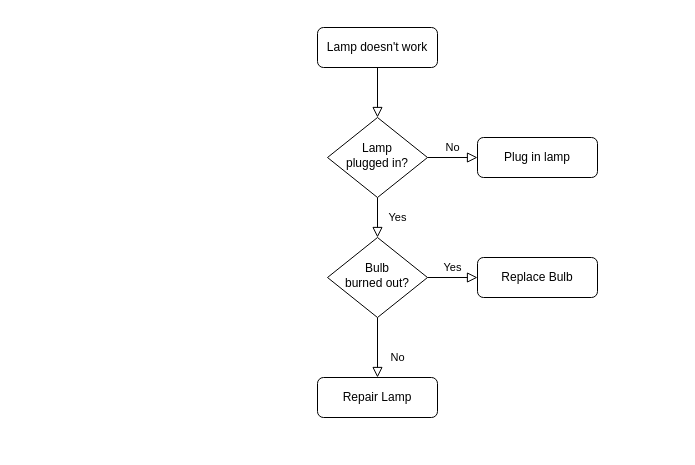
Earlier version of the draw.io diagram Untitled Diagram.drawio (AhmedHishamEGA/testing_github_extinstion). Source tidied: cells renumbered, new cells numbered last; positions are measured from the earlier drawing's top-left corner, leaving out a move shared by most shapes. Both pictures are drawn from the tidied source at 100%, with x=0, y=0 at pixel (317, 27).
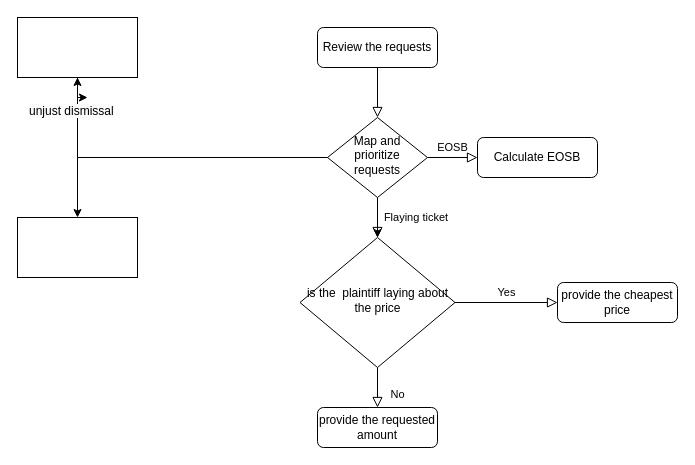
The same page after the edit.

What changed in the source:
```diff
@@
 <mxGraphModel>
   <root>
     <mxCell id="0" />
     <mxCell id="1" parent="0" />
     <mxCell id="2" style="rounded=0;html=1;jettySize=auto;fontSize=11;endArrow=block;endFill=0;endSize=8;strokeWidth=1;shadow=0;labelBackgroundColor=none;edgeStyle=orthogonalEdgeStyle;" parent="1" edge="1" source="3" target="6">
       <mxGeometry relative="1" as="geometry" />
     </mxCell>
-    <mxCell id="3" value="Lamp doesn't work" style="rounded=1;whiteSpace=wrap;html=1;fontSize=12;glass=0;strokeWidth=1;shadow=0;" parent="1" vertex="1">
+    <mxCell id="3" value="Review the requests" style="rounded=1;whiteSpace=wrap;html=1;fontSize=12;glass=0;strokeWidth=1;shadow=0;" parent="1" vertex="1">
       <mxGeometry width="120" height="40" as="geometry" />
     </mxCell>
-    <mxCell id="4" value="Yes" style="rounded=0;html=1;jettySize=auto;fontSize=11;endArrow=block;endFill=0;endSize=8;strokeWidth=1;shadow=0;labelBackgroundColor=none;edgeStyle=orthogonalEdgeStyle;" parent="1" edge="1" source="6" target="10">
-      <mxGeometry y="20" relative="1" as="geometry" />
+    <mxCell id="4" value="Flaying ticket&amp;nbsp;" style="rounded=0;html=1;jettySize=auto;fontSize=11;endArrow=block;endFill=0;endSize=8;strokeWidth=1;shadow=0;labelBackgroundColor=none;edgeStyle=orthogonalEdgeStyle;" parent="1" edge="1" source="6" target="10">
+      <mxGeometry y="40" relative="1" as="geometry" />
     </mxCell>
-    <mxCell id="5" value="No" style="edgeStyle=orthogonalEdgeStyle;rounded=0;html=1;jettySize=auto;fontSize=11;endArrow=block;endFill=0;endSize=8;strokeWidth=1;shadow=0;labelBackgroundColor=none;" parent="1" edge="1" source="6" target="7">
+    <mxCell id="5" value="EOSB" style="edgeStyle=orthogonalEdgeStyle;rounded=0;html=1;jettySize=auto;fontSize=11;endArrow=block;endFill=0;endSize=8;strokeWidth=1;shadow=0;labelBackgroundColor=none;" parent="1" edge="1" source="6" target="7">
       <mxGeometry y="10" relative="1" as="geometry" />
     </mxCell>
+    <mxCell id="13" style="edgeStyle=orthogonalEdgeStyle;rounded=0;jettySize=auto;html=1;" parent="1" edge="1" source="6" target="16">
+      <mxGeometry relative="1" as="geometry" />
+    </mxCell>
+    <mxCell id="14" style="edgeStyle=orthogonalEdgeStyle;rounded=0;jettySize=auto;html=1;" parent="1" edge="1" source="6" target="10">
+      <mxGeometry relative="1" as="geometry" />
+    </mxCell>
-    <mxCell id="6" value="Lamp&lt;br&gt;plugged in?" style="rhombus;whiteSpace=wrap;html=1;shadow=0;fontFamily=Helvetica;fontSize=12;align=center;strokeWidth=1;spacing=6;spacingTop=-4;" parent="1" vertex="1">
+    <mxCell id="6" value="Map and prioritize requests" style="rhombus;whiteSpace=wrap;html=1;shadow=0;fontFamily=Helvetica;fontSize=12;align=center;strokeWidth=1;spacing=6;spacingTop=-4;" parent="1" vertex="1">
       <mxGeometry x="10" y="90" width="100" height="80" as="geometry" />
     </mxCell>
-    <mxCell id="7" value="Plug in lamp" style="rounded=1;whiteSpace=wrap;html=1;fontSize=12;glass=0;strokeWidth=1;shadow=0;" parent="1" vertex="1">
+    <mxCell id="7" value="Calculate EOSB" style="rounded=1;whiteSpace=wrap;html=1;fontSize=12;glass=0;strokeWidth=1;shadow=0;" parent="1" vertex="1">
       <mxGeometry x="160" y="110" width="120" height="40" as="geometry" />
     </mxCell>
     <mxCell id="8" value="No" style="rounded=0;html=1;jettySize=auto;fontSize=11;endArrow=block;endFill=0;endSize=8;strokeWidth=1;shadow=0;labelBackgroundColor=none;edgeStyle=orthogonalEdgeStyle;" parent="1" edge="1" source="10" target="11">
       <mxGeometry x="0.33" y="20" relative="1" as="geometry" />
     </mxCell>
     <mxCell id="9" value="Yes" style="edgeStyle=orthogonalEdgeStyle;rounded=0;html=1;jettySize=auto;fontSize=11;endArrow=block;endFill=0;endSize=8;strokeWidth=1;shadow=0;labelBackgroundColor=none;" parent="1" edge="1" source="10" target="12">
       <mxGeometry y="10" relative="1" as="geometry" />
     </mxCell>
-    <mxCell id="10" value="Bulb&lt;br&gt;burned out?" style="rhombus;whiteSpace=wrap;html=1;shadow=0;fontFamily=Helvetica;fontSize=12;align=center;strokeWidth=1;spacing=6;spacingTop=-4;" parent="1" vertex="1">
-      <mxGeometry x="10" y="210" width="100" height="80" as="geometry" />
+    <mxCell id="10" value="is the&amp;nbsp; plaintiff laying about the price" style="rhombus;whiteSpace=wrap;html=1;shadow=0;fontFamily=Helvetica;fontSize=12;align=center;strokeWidth=1;spacing=6;spacingTop=-4;" parent="1" vertex="1">
+      <mxGeometry x="-17.5" y="210" width="155" height="130" as="geometry" />
     </mxCell>
-    <mxCell id="11" value="Repair Lamp" style="rounded=1;whiteSpace=wrap;html=1;fontSize=12;glass=0;strokeWidth=1;shadow=0;" parent="1" vertex="1">
-      <mxGeometry y="350" width="120" height="40" as="geometry" />
+    <mxCell id="11" value="provide the requested amount" style="rounded=1;whiteSpace=wrap;html=1;fontSize=12;glass=0;strokeWidth=1;shadow=0;" parent="1" vertex="1">
+      <mxGeometry y="380" width="120" height="40" as="geometry" />
     </mxCell>
-    <mxCell id="12" value="Replace Bulb" style="rounded=1;whiteSpace=wrap;html=1;fontSize=12;glass=0;strokeWidth=1;shadow=0;" parent="1" vertex="1">
-      <mxGeometry x="160" y="230" width="120" height="40" as="geometry" />
+    <mxCell id="12" value="provide the cheapest price" style="rounded=1;whiteSpace=wrap;html=1;fontSize=12;glass=0;strokeWidth=1;shadow=0;" parent="1" vertex="1">
+      <mxGeometry x="240" y="255" width="120" height="40" as="geometry" />
     </mxCell>
+    <mxCell id="15" style="edgeStyle=orthogonalEdgeStyle;rounded=0;jettySize=auto;html=1;" parent="1" edge="1" source="16" target="17">
+      <mxGeometry relative="1" as="geometry" />
+    </mxCell>
+    <mxCell id="16" style="whiteSpace=wrap;html=1;shadow=0;strokeWidth=1;spacing=6;spacingTop=-4;" parent="1" vertex="1">
+      <mxGeometry x="-300" y="-10" width="120" height="60" as="geometry" />
+    </mxCell>
+    <mxCell id="17" value="&lt;span style=&quot;color: rgb(0, 0, 0); font-family: Helvetica; font-size: 12px; font-style: normal; font-variant-ligatures: normal; font-variant-caps: normal; font-weight: 400; letter-spacing: normal; orphans: 2; text-align: center; text-indent: 0px; text-transform: none; widows: 2; word-spacing: 0px; -webkit-text-stroke-width: 0px; background-color: rgb(251, 251, 251); text-decoration-thickness: initial; text-decoration-style: initial; text-decoration-color: initial; float: none; display: inline !important;&quot;&gt;unjust dismissal&lt;/span&gt;" style="text;whiteSpace=wrap;html=1;" parent="1" vertex="1">
+      <mxGeometry x="-290" y="70" width="120" height="40" as="geometry" />
+    </mxCell>
+    <mxCell id="18" style="edgeStyle=orthogonalEdgeStyle;rounded=0;jettySize=auto;html=1;exitX=0;exitY=0.5;exitDx=0;exitDy=0;entryX=0.5;entryY=0;entryDx=0;entryDy=0;" parent="1" edge="1" source="6" target="19">
+      <mxGeometry relative="1" as="geometry" />
+    </mxCell>
+    <mxCell id="19" style="whiteSpace=wrap;html=1;shadow=0;strokeWidth=1;spacing=6;spacingTop=-4;" parent="1" vertex="1">
+      <mxGeometry x="-300" y="190" width="120" height="60" as="geometry" />
+    </mxCell>
   </root>
 </mxGraphModel>
```
